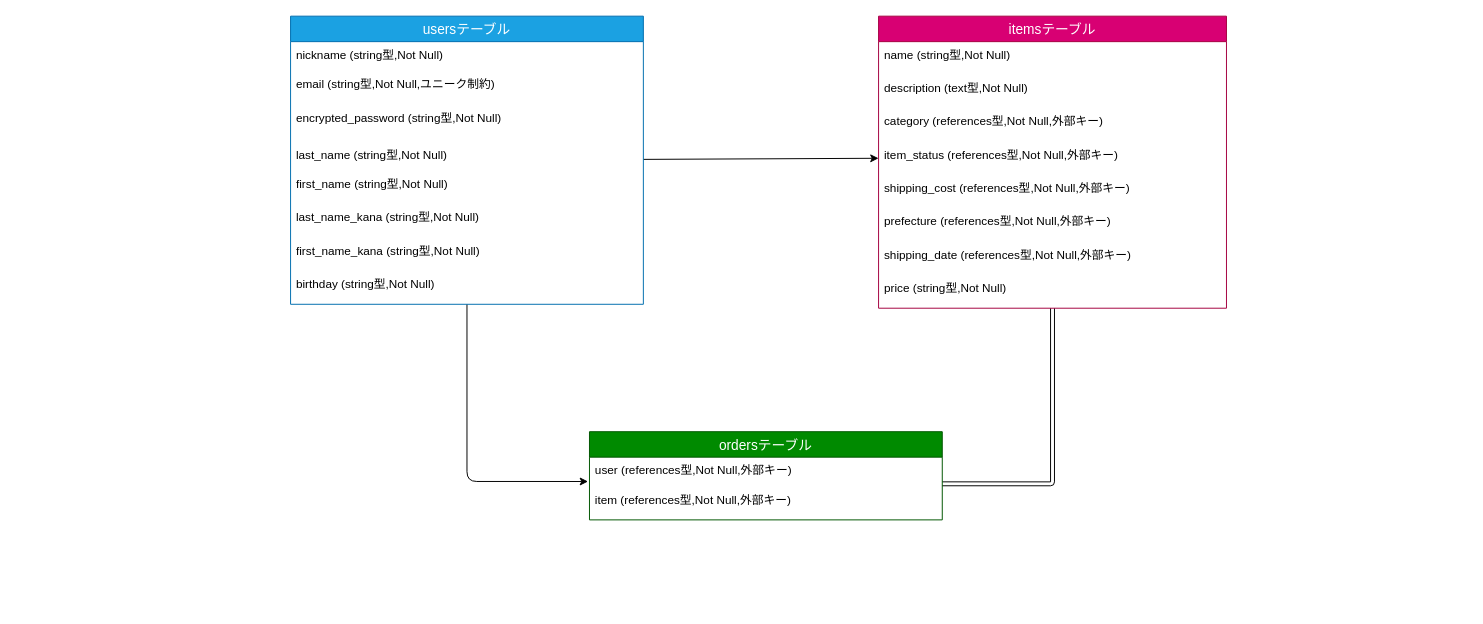
drgnbebel/furima-38788 keeps this draw.io diagram as test.dio. Above is the earlier version. Source tidied: cells renumbered, new cells numbered last; positions are measured from the earlier drawing's top-left corner, leaving out a move shared by most shapes. Both pictures are drawn from the tidied source at 98%, with x=0, y=0 at pixel (290, 16).
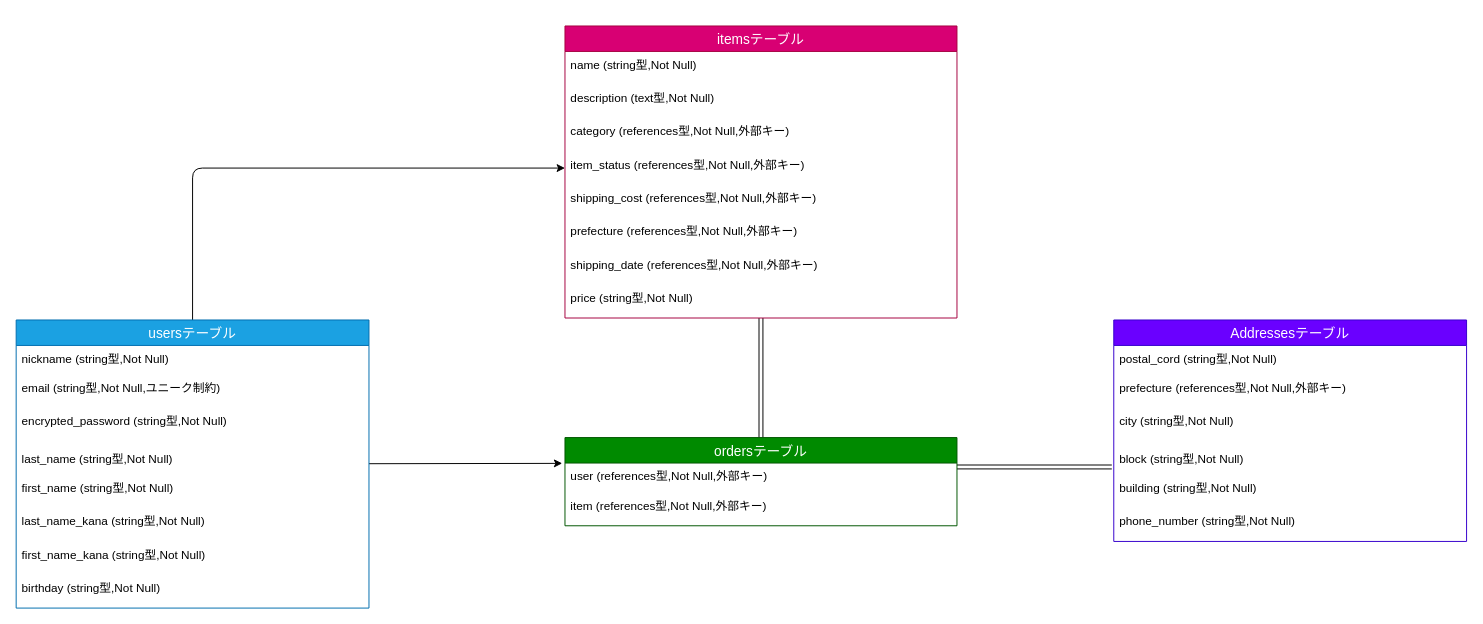
After the change.

Diff of the diagram source:
```diff
@@
-    <mxCell id="2" style="edgeStyle=none;html=1;entryX=0;entryY=0.5;entryDx=0;entryDy=0;labelBorderColor=#000000;fontColor=#000000;strokeColor=#000000;" parent="1" edge="1" source="4" target="19">
+    <mxCell id="2" style="edgeStyle=orthogonalEdgeStyle;html=1;entryX=0;entryY=0.5;entryDx=0;entryDy=0;labelBorderColor=#000000;fontColor=#000000;strokeColor=#000000;" parent="1" edge="1" source="4" target="19">
       <mxGeometry relative="1" as="geometry" />
     </mxCell>
-    <mxCell id="3" style="edgeStyle=orthogonalEdgeStyle;html=1;entryX=-0.004;entryY=-0.152;entryDx=0;entryDy=0;entryPerimeter=0;labelBorderColor=#000000;fontColor=#000000;strokeColor=#000000;" parent="1" edge="1" source="4" target="26">
-      <mxGeometry relative="1" as="geometry" />
-    </mxCell>
+    <mxCell id="27" style="edgeStyle=none;html=1;entryX=-0.007;entryY=0.011;entryDx=0;entryDy=0;entryPerimeter=0;labelBorderColor=#000000;fontColor=#000000;strokeColor=#000000;" parent="1" edge="1" source="4" target="25">
+      <mxGeometry relative="1" as="geometry" />
+    </mxCell>
     <mxCell id="4" value="usersテーブル" style="swimlane;fontStyle=0;horizontal=1;startSize=26;align=center;fontSize=14;rounded=0;shadow=0;sketch=0;glass=0;fillColor=#1ba1e2;strokeColor=#006EAF;fontColor=#ffffff;" parent="1" vertex="1">
-      <mxGeometry width="360" height="294" as="geometry" />
+      <mxGeometry x="-280" y="310" width="360" height="294" as="geometry" />
     </mxCell>
@@
-    <mxCell id="13" style="html=1;labelBorderColor=#000000;fontColor=#000000;strokeColor=none;entryX=1;entryY=0.5;entryDx=0;entryDy=0;shape=link;edgeStyle=orthogonalEdgeStyle;" parent="1" edge="1" source="15">
+    <mxCell id="13" style="html=1;labelBorderColor=#000000;fontColor=#000000;strokeColor=none;entryX=1;entryY=0.5;entryDx=0;entryDy=0;shape=link;edgeStyle=orthogonalEdgeStyle;startArrow=none;" parent="1" edge="1" source="24">
       <mxGeometry relative="1" as="geometry">
         <mxPoint x="665" y="565" as="targetPoint" />
       </mxGeometry>
     </mxCell>
-    <mxCell id="14" style="edgeStyle=orthogonalEdgeStyle;shape=link;html=1;entryX=1;entryY=0.906;entryDx=0;entryDy=0;entryPerimeter=0;labelBorderColor=#000000;fontColor=#000000;strokeColor=#000000;" parent="1" edge="1" source="15" target="25">
-      <mxGeometry relative="1" as="geometry" />
-    </mxCell>
+    <mxCell id="28" style="edgeStyle=none;shape=link;html=1;entryX=0.5;entryY=0;entryDx=0;entryDy=0;labelBorderColor=#000000;fontColor=#000000;strokeColor=#000000;" parent="1" edge="1" source="15" target="24">
+      <mxGeometry relative="1" as="geometry" />
+    </mxCell>
     <mxCell id="15" value="itemsテーブル" style="swimlane;fontStyle=0;horizontal=1;startSize=26;align=center;fontSize=14;rounded=0;shadow=0;sketch=0;glass=0;fillColor=#d80073;strokeColor=#A50040;labelBackgroundColor=none;labelBorderColor=none;fontColor=#ffffff;gradientColor=none;" parent="1" vertex="1">
-      <mxGeometry x="600" width="355" height="298" as="geometry" />
+      <mxGeometry x="280" y="10" width="400" height="298" as="geometry" />
     </mxCell>
     <mxCell id="16" value="name (string型,Not Null)" style="text;strokeColor=none;fillColor=none;spacingLeft=4;spacingRight=4;overflow=hidden;fontSize=12;fontColor=#000000;" parent="15" vertex="1">
-      <mxGeometry y="26" width="355" height="34" as="geometry" />
+      <mxGeometry y="26" width="400" height="34" as="geometry" />
     </mxCell>
     <mxCell id="17" value="description (text型,Not Null)" style="text;strokeColor=none;fillColor=none;spacingLeft=4;spacingRight=4;overflow=hidden;fontSize=12;fontColor=#000000;" parent="15" vertex="1">
-      <mxGeometry y="60" width="355" height="34" as="geometry" />
+      <mxGeometry y="60" width="400" height="34" as="geometry" />
     </mxCell>
     <mxCell id="18" value="category (references型,Not Null,外部キー)" style="text;strokeColor=none;fillColor=none;spacingLeft=4;spacingRight=4;overflow=hidden;fontSize=12;fontColor=#000000;" parent="15" vertex="1">
-      <mxGeometry y="94" width="355" height="34" as="geometry" />
+      <mxGeometry y="94" width="400" height="34" as="geometry" />
     </mxCell>
     <mxCell id="19" value="item_status (references型,Not Null,外部キー)" style="text;strokeColor=none;fillColor=none;spacingLeft=4;spacingRight=4;overflow=hidden;points=[[0,0.5],[1,0.5]];portConstraint=eastwest;fontSize=12;fontColor=#000000;" parent="15" vertex="1">
-      <mxGeometry y="128" width="355" height="34" as="geometry" />
+      <mxGeometry y="128" width="400" height="34" as="geometry" />
     </mxCell>
     <mxCell id="20" value="shipping_cost (references型,Not Null,外部キー)" style="text;strokeColor=none;fillColor=none;spacingLeft=4;spacingRight=4;overflow=hidden;fontSize=12;fontColor=#000000;" parent="15" vertex="1">
-      <mxGeometry y="162" width="355" height="34" as="geometry" />
+      <mxGeometry y="162" width="400" height="34" as="geometry" />
     </mxCell>
     <mxCell id="21" value="prefecture (references型,Not Null,外部キー)" style="text;strokeColor=none;fillColor=none;spacingLeft=4;spacingRight=4;overflow=hidden;fontSize=12;fontColor=#000000;" parent="15" vertex="1">
-      <mxGeometry y="196" width="355" height="34" as="geometry" />
+      <mxGeometry y="196" width="400" height="34" as="geometry" />
     </mxCell>
     <mxCell id="22" value="shipping_date (references型,Not Null,外部キー)" style="text;strokeColor=none;fillColor=none;spacingLeft=4;spacingRight=4;overflow=hidden;fontSize=12;fontColor=#000000;" parent="15" vertex="1">
-      <mxGeometry y="230" width="355" height="34" as="geometry" />
+      <mxGeometry y="230" width="400" height="34" as="geometry" />
     </mxCell>
     <mxCell id="23" value="price (string型,Not Null)" style="text;strokeColor=none;fillColor=none;spacingLeft=4;spacingRight=4;overflow=hidden;fontSize=12;fontColor=#000000;" parent="15" vertex="1">
-      <mxGeometry y="264" width="355" height="34" as="geometry" />
+      <mxGeometry y="264" width="400" height="34" as="geometry" />
     </mxCell>
+    <mxCell id="29" style="edgeStyle=none;shape=link;html=1;entryX=1;entryY=0.133;entryDx=0;entryDy=0;entryPerimeter=0;labelBorderColor=#000000;fontColor=#000000;strokeColor=#000000;" parent="1" edge="1" target="25">
+      <mxGeometry relative="1" as="geometry">
+        <mxPoint x="838" y="460" as="sourcePoint" />
+      </mxGeometry>
+    </mxCell>
+    <mxCell id="30" value="Addressesテーブル" style="swimlane;fontStyle=0;horizontal=1;startSize=26;align=center;fontSize=14;rounded=0;shadow=0;sketch=0;glass=0;fillColor=#6a00ff;strokeColor=#3700CC;fontColor=#ffffff;" parent="1" vertex="1">
+      <mxGeometry x="840" y="310" width="360" height="226" as="geometry" />
+    </mxCell>
+    <mxCell id="31" value="postal_cord (string型,Not Null)" style="text;strokeColor=none;fillColor=none;spacingLeft=4;spacingRight=4;overflow=hidden;fontSize=12;fontColor=#000000;" parent="30" vertex="1">
+      <mxGeometry y="26" width="360" height="30" as="geometry" />
+    </mxCell>
+    <mxCell id="32" value="prefecture (references型,Not Null,外部キー)" style="text;strokeColor=none;fillColor=none;spacingLeft=4;spacingRight=4;overflow=hidden;fontSize=12;fontColor=#000000;" parent="30" vertex="1">
+      <mxGeometry y="56" width="360" height="34" as="geometry" />
+    </mxCell>
+    <mxCell id="33" value="city (string型,Not Null)" style="text;strokeColor=none;fillColor=none;spacingLeft=4;spacingRight=4;overflow=hidden;fontSize=12;fontColor=#000000;" parent="30" vertex="1">
+      <mxGeometry y="90" width="360" height="34" as="geometry" />
+    </mxCell>
+    <mxCell id="34" value="block (string型,Not Null)" style="text;strokeColor=none;fillColor=none;spacingLeft=4;spacingRight=4;overflow=hidden;fontSize=12;labelPosition=center;verticalLabelPosition=middle;align=left;verticalAlign=middle;fontColor=#000000;" parent="30" vertex="1">
+      <mxGeometry y="124" width="360" height="34" as="geometry" />
+    </mxCell>
+    <mxCell id="35" value="building (string型,Not Null)" style="text;strokeColor=none;fillColor=none;spacingLeft=4;spacingRight=4;overflow=hidden;fontSize=12;fontColor=#000000;" parent="30" vertex="1">
+      <mxGeometry y="158" width="360" height="34" as="geometry" />
+    </mxCell>
+    <mxCell id="36" value="phone_number (string型,Not Null)" style="text;strokeColor=none;fillColor=none;spacingLeft=4;spacingRight=4;overflow=hidden;fontSize=12;fontColor=#000000;" parent="30" vertex="1">
+      <mxGeometry y="192" width="360" height="34" as="geometry" />
+    </mxCell>
     <mxCell id="24" value="ordersテーブル" style="swimlane;fontStyle=0;horizontal=1;startSize=26;align=center;fontSize=14;rounded=0;shadow=0;sketch=0;glass=0;fillColor=#008a00;strokeColor=#005700;fontColor=#ffffff;" parent="1" vertex="1">
-      <mxGeometry x="305" y="424" width="360" height="90" as="geometry" />
+      <mxGeometry x="280" y="430" width="400" height="90" as="geometry" />
     </mxCell>
     <mxCell id="25" value="user (references型,Not Null,外部キー)" style="text;strokeColor=none;fillColor=none;spacingLeft=4;spacingRight=4;overflow=hidden;points=[[0,0.5],[1,0.5]];portConstraint=eastwest;fontSize=12;fontColor=#000000;" parent="24" vertex="1">
-      <mxGeometry y="26" width="360" height="30" as="geometry" />
+      <mxGeometry y="26" width="400" height="30" as="geometry" />
     </mxCell>
     <mxCell id="26" value="item (references型,Not Null,外部キー)" style="text;strokeColor=none;fillColor=none;spacingLeft=4;spacingRight=4;overflow=hidden;points=[[0,0.5],[1,0.5]];portConstraint=eastwest;fontSize=12;fontColor=#000000;" parent="24" vertex="1">
-      <mxGeometry y="56" width="360" height="34" as="geometry" />
+      <mxGeometry y="56" width="400" height="34" as="geometry" />
     </mxCell>
+    <mxCell id="37" style="html=1;labelBorderColor=#000000;fontColor=#000000;strokeColor=none;shape=link;endArrow=none;" parent="1" edge="1" target="24">
+      <mxGeometry relative="1" as="geometry">
+        <mxPoint x="480" y="310" as="sourcePoint" />
+      </mxGeometry>
+    </mxCell>
```
